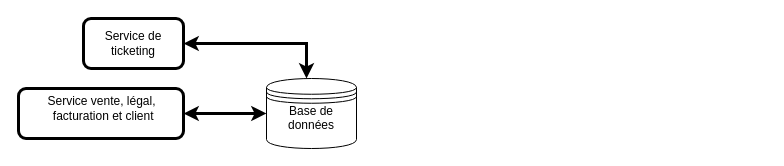
Before: Copie de LAEDiagram.drawio in cjour/audit_logistics, a draw.io diagram. Source tidied: cells renumbered, new cells numbered last; positions are measured from the earlier drawing's top-left corner, leaving out a move shared by most shapes. Both pictures are drawn from the tidied source at 100%, with x=0, y=0 at pixel (18, 18).
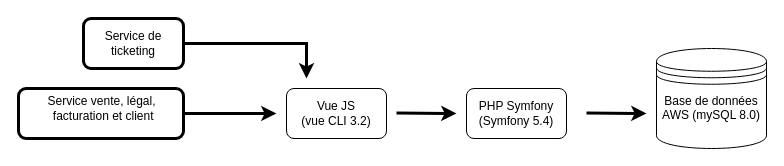
Above is the later version.

Commit message:
Mettre à jour Copie de LAEDiagram.drawio

Diff of the diagram source:
```diff
@@
 <mxGraphModel>
   <root>
     <mxCell id="0" />
     <mxCell id="1" parent="0" />
     <mxCell id="2" value="&lt;div&gt;Service vente, légal,&lt;/div&gt;&lt;div&gt;&amp;nbsp;facturation et client&lt;/div&gt;" style="text;html=1;align=center;verticalAlign=middle;strokeColor=none;fillColor=none;" parent="1" vertex="1">
       <mxGeometry x="17.5" y="70" width="130" height="40" as="geometry" />
     </mxCell>
-    <mxCell id="3" value="&lt;div&gt;Base de données&lt;/div&gt;&lt;div&gt;&amp;nbsp;&lt;br&gt;&lt;/div&gt;" style="shape=datastore;whiteSpace=wrap;html=1;" parent="1" vertex="1">
-      <mxGeometry x="248" y="60" width="90" height="70" as="geometry" />
+    <mxCell id="3" value="&lt;div&gt;Base de données AWS (mySQL 8.0)&lt;br&gt;&lt;/div&gt;&lt;div&gt;&amp;nbsp;&lt;br&gt;&lt;/div&gt;" style="shape=datastore;whiteSpace=wrap;html=1;" parent="1" vertex="1">
+      <mxGeometry x="638" y="30" width="110" height="100" as="geometry" />
     </mxCell>
     <mxCell id="4" style="rounded=1;whiteSpace=wrap;html=1;fontFamily=Helvetica;fontSize=12;strokeWidth=3;fillColor=none;" parent="1" vertex="1">
       <mxGeometry y="70" width="165" height="50" as="geometry" />
     </mxCell>
-    <mxCell id="5" style="endArrow=classic;html=1;rounded=0;fontFamily=Helvetica;fontSize=12;exitX=1;exitY=0.5;exitDx=0;exitDy=0;strokeWidth=3;startArrow=classic;startFill=1;entryX=0;entryY=0.5;entryDx=0;entryDy=0;" parent="1" edge="1" source="4" target="3">
-      <mxGeometry relative="1" as="geometry" />
+    <mxCell id="5" style="endArrow=classic;html=1;rounded=0;fontFamily=Helvetica;fontSize=12;exitX=1;exitY=0.5;exitDx=0;exitDy=0;strokeWidth=3;startArrow=none;startFill=0;" parent="1" edge="1" source="4">
+      <mxGeometry relative="1" as="geometry">
+        <mxPoint x="258" y="95" as="targetPoint" />
+      </mxGeometry>
     </mxCell>
     <mxCell id="6" value="&lt;div&gt;Service de &lt;br&gt;&lt;/div&gt;&lt;div&gt;ticketing&lt;/div&gt;" style="rounded=1;whiteSpace=wrap;html=1;fontFamily=Helvetica;fontSize=12;strokeWidth=3;fillColor=none;" parent="1" vertex="1">
       <mxGeometry x="65" width="100" height="50" as="geometry" />
     </mxCell>
-    <mxCell id="7" style="endArrow=classic;html=1;rounded=0;fontFamily=Helvetica;fontSize=12;exitX=1;exitY=0.5;exitDx=0;exitDy=0;strokeWidth=3;startArrow=classic;startFill=1;" parent="1" edge="1" source="6">
+    <mxCell id="7" style="endArrow=classic;html=1;rounded=0;fontFamily=Helvetica;fontSize=12;exitX=1;exitY=0.5;exitDx=0;exitDy=0;strokeWidth=3;startArrow=none;startFill=0;" parent="1" edge="1" source="6">
       <mxGeometry relative="1" as="geometry">
         <mxPoint x="288" y="60" as="targetPoint" />
         <Array as="points">
           <mxPoint x="288" y="25" />
         </Array>
       </mxGeometry>
     </mxCell>
+    <mxCell id="8" value="&lt;div&gt;Vue JS &lt;br&gt;&lt;/div&gt;&lt;div&gt;(vue CLI 3.2)&lt;/div&gt;" style="rounded=1;whiteSpace=wrap;html=1;fontFamily=Helvetica;fontSize=12;strokeWidth=1;fillColor=none;" parent="1" vertex="1">
+      <mxGeometry x="268" y="70" width="100" height="50" as="geometry" />
+    </mxCell>
+    <mxCell id="9" value="&lt;div&gt;PHP Symfony&lt;/div&gt;&lt;div&gt;(Symfony 5.4)&lt;br&gt;&lt;/div&gt;" style="rounded=1;whiteSpace=wrap;html=1;fontFamily=Helvetica;fontSize=12;strokeWidth=1;fillColor=none;" parent="1" vertex="1">
+      <mxGeometry x="448" y="70" width="100" height="50" as="geometry" />
+    </mxCell>
+    <mxCell id="10" style="endArrow=classic;html=1;rounded=0;fontFamily=Helvetica;fontSize=12;exitX=1;exitY=0.5;exitDx=0;exitDy=0;strokeWidth=3;startArrow=none;startFill=0;" parent="1" edge="1">
+      <mxGeometry relative="1" as="geometry">
+        <mxPoint x="378" y="94.5" as="sourcePoint" />
+        <mxPoint x="438" y="95" as="targetPoint" />
+      </mxGeometry>
+    </mxCell>
+    <mxCell id="11" style="endArrow=classic;html=1;rounded=0;fontFamily=Helvetica;fontSize=12;exitX=1;exitY=0.5;exitDx=0;exitDy=0;strokeWidth=3;startArrow=none;startFill=0;" parent="1" edge="1">
+      <mxGeometry relative="1" as="geometry">
+        <mxPoint x="568" y="94.5" as="sourcePoint" />
+        <mxPoint x="628" y="95" as="targetPoint" />
+      </mxGeometry>
+    </mxCell>
   </root>
 </mxGraphModel>
```
